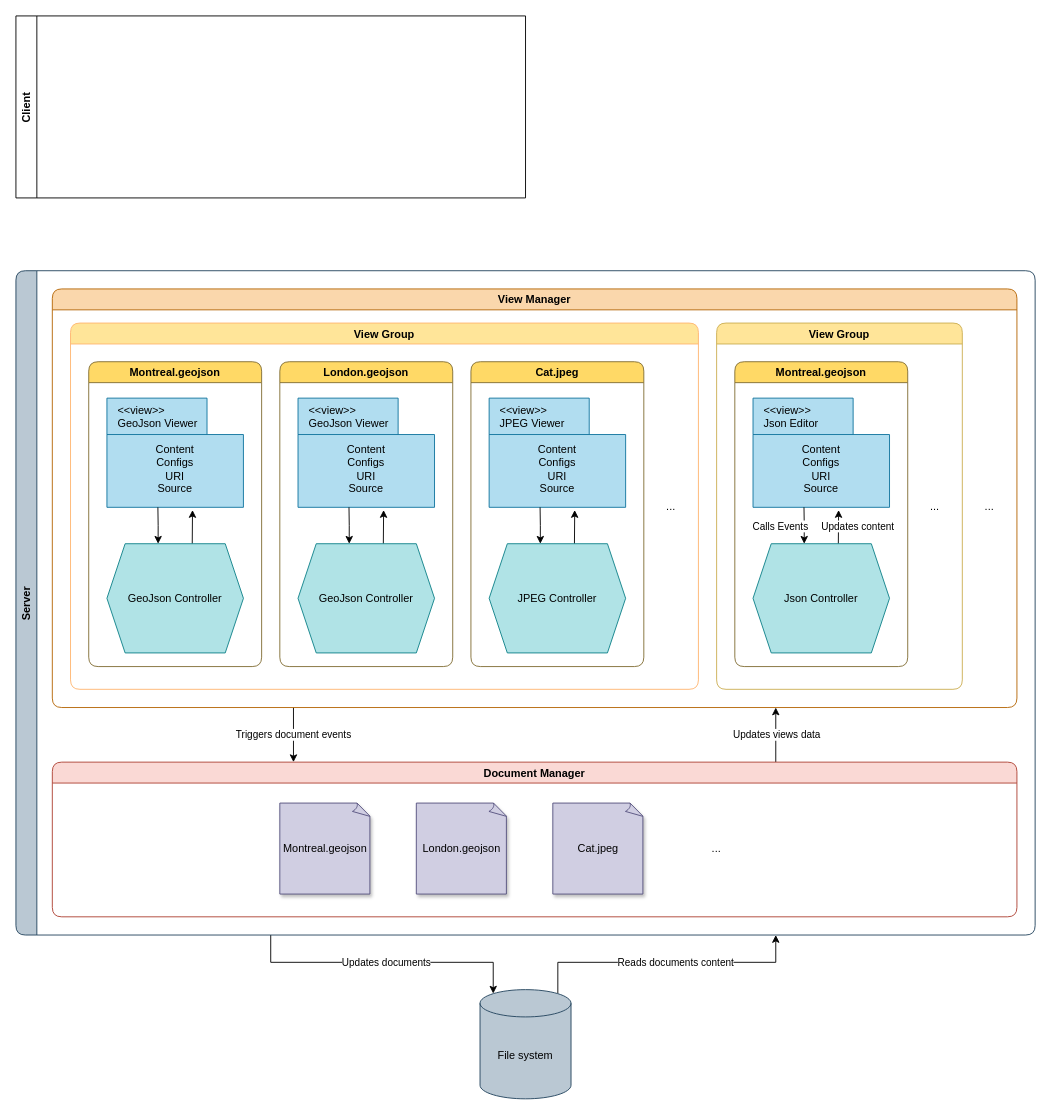
Before: views.drawio in 1amchris/ssanto, a draw.io diagram. Source tidied: cells renumbered, new cells numbered last; positions are measured from the earlier drawing's top-left corner, leaving out a move shared by most shapes. Both pictures are drawn from the tidied source at 91%, with x=0, y=0 at pixel (15, 15).
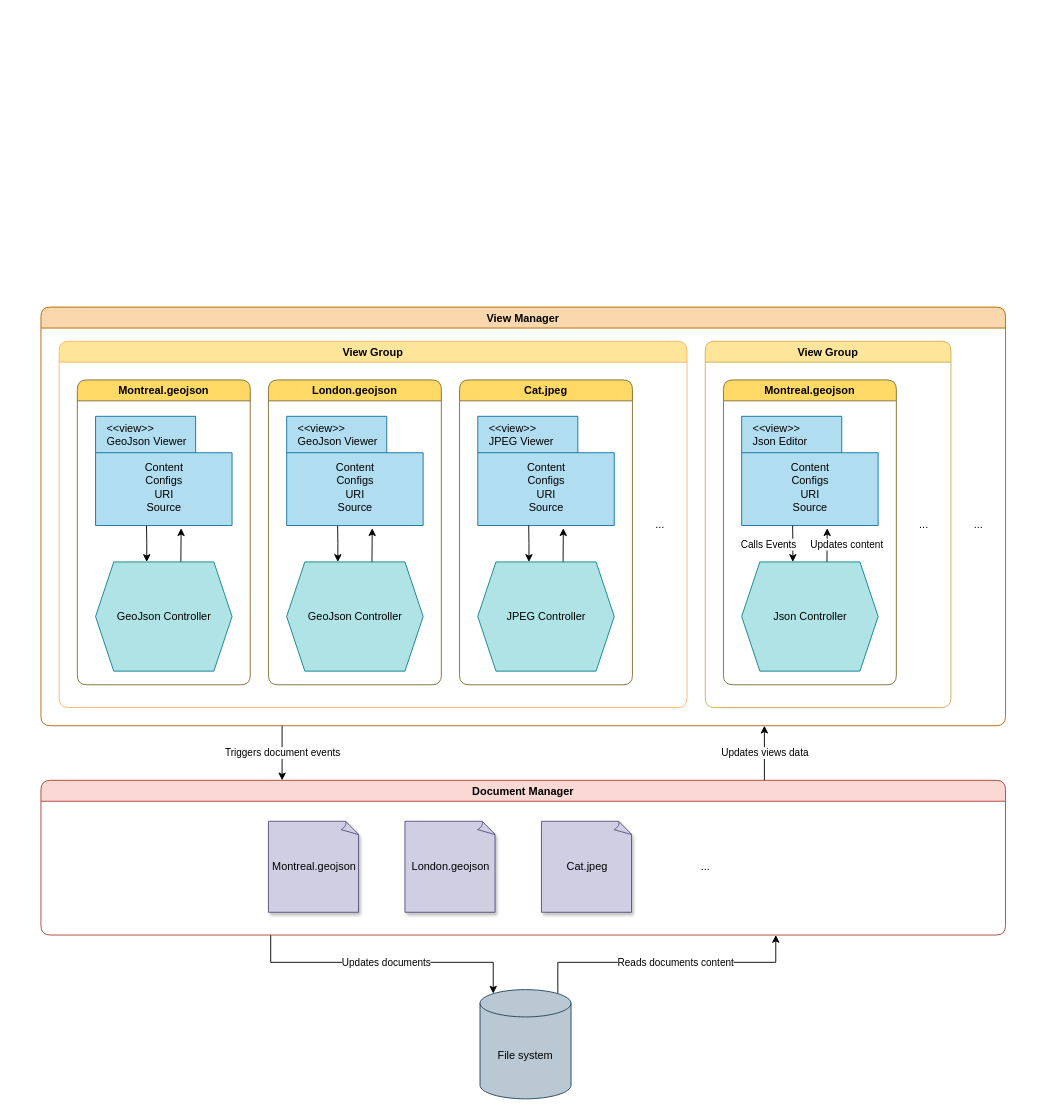
The same diagram, later.

Unchanged cells that the change refers to:
```xml
<mxCell id="15" value="View Group" style="swimlane;fillColor=#FFE599;strokeColor=#FFB570;rounded=1;shadow=0;glass=0;" parent="14" vertex="1">
  <mxGeometry x="20" y="37.5" width="690" height="402.5" as="geometry" />
</mxCell>
<mxCell id="22" value="London.geojson" style="swimlane;fillColor=#FFD966;strokeColor=#806d33;rounded=1;" parent="15" vertex="1">
  <mxGeometry x="230" y="42.5" width="190" height="335" as="geometry" />
</mxCell>
<mxCell id="28" value="Cat.jpeg" style="swimlane;fillColor=#FFD966;strokeColor=#806d33;rounded=1;" parent="15" vertex="1">
  <mxGeometry x="440" y="42.5" width="190" height="335" as="geometry" />
</mxCell>
<mxCell id="32" value="JPEG Controller" style="shape=hexagon;perimeter=hexagonPerimeter2;whiteSpace=wrap;html=1;fixedSize=1;fillColor=#b0e3e6;strokeColor=#0e8088;" parent="28" vertex="1">
  <mxGeometry x="20" y="200" width="150" height="120" as="geometry" />
</mxCell>
<mxCell id="35" value="View Group" style="swimlane;fillColor=#FFE599;strokeColor=#ccae52;rounded=1;shadow=0;glass=0;" parent="14" vertex="1">
  <mxGeometry x="730" y="37.5" width="270" height="402.5" as="geometry" />
</mxCell>
```

Diff of the diagram source:
```diff
@@
-    <mxCell id="2" value="Client" style="swimlane;horizontal=0;" parent="1" vertex="1">
-      <mxGeometry width="560" height="200" as="geometry" />
-    </mxCell>
@@
-    <mxCell id="5" value="Server" style="swimlane;horizontal=0;fillColor=#bac8d3;strokeColor=#23445d;rounded=1;" parent="1" vertex="1">
-      <mxGeometry y="280" width="1120" height="730" as="geometry" />
-    </mxCell>
+    <mxCell id="46" style="edgeStyle=orthogonalEdgeStyle;rounded=0;jettySize=auto;html=1;exitX=0.855;exitY=0;exitDx=0;exitDy=4.35;exitPerimeter=0;startArrow=none;startFill=0;endArrow=classic;endFill=1;" parent="1" edge="1" source="48">
+      <mxGeometry relative="1" as="geometry">
+        <mxPoint x="835" y="1010" as="targetPoint" />
+        <Array as="points">
+          <mxPoint x="596" y="1040" />
+          <mxPoint x="835" y="1040" />
+        </Array>
+      </mxGeometry>
+    </mxCell>
+    <mxCell id="47" value="Reads documents content" style="edgeLabel;html=1;align=center;verticalAlign=middle;" parent="46" vertex="1">
+      <mxGeometry x="0.07" y="1" relative="1" as="geometry" />
+    </mxCell>
+    <mxCell id="48" value="File system" style="shape=cylinder3;whiteSpace=wrap;html=1;boundedLbl=1;backgroundOutline=1;size=15;fillColor=#bac8d3;strokeColor=#23445d;gradientColor=none;" parent="1" vertex="1">
+      <mxGeometry x="510" y="1070" width="100" height="120" as="geometry" />
+    </mxCell>
-    <mxCell id="6" style="edgeStyle=orthogonalEdgeStyle;rounded=0;jettySize=auto;html=1;exitX=0.75;exitY=0;exitDx=0;exitDy=0;entryX=0.75;entryY=1;entryDx=0;entryDy=0;startArrow=none;startFill=0;endArrow=classic;endFill=1;" parent="5" edge="1" source="8" target="14">
+    <mxCell id="6" style="edgeStyle=orthogonalEdgeStyle;rounded=0;jettySize=auto;html=1;exitX=0.75;exitY=0;exitDx=0;exitDy=0;entryX=0.75;entryY=1;entryDx=0;entryDy=0;startArrow=none;startFill=0;endArrow=classic;endFill=1;" parent="1" edge="1" source="8" target="14">
       <mxGeometry relative="1" as="geometry" />
     </mxCell>
@@
-    <mxCell id="8" value="Document Manager" style="swimlane;fillColor=#fad9d5;strokeColor=#ae4132;rounded=1;" parent="5" vertex="1">
-      <mxGeometry x="40" y="540" width="1060" height="170" as="geometry" />
+    <mxCell id="8" value="Document Manager" style="swimlane;fillColor=#fad9d5;strokeColor=#ae4132;rounded=1;" parent="1" vertex="1">
+      <mxGeometry x="27.5" y="840" width="1060" height="170" as="geometry" />
     </mxCell>
@@
-    <mxCell id="13" value="Triggers document events" style="edgeStyle=orthogonalEdgeStyle;rounded=0;jettySize=auto;html=1;exitX=0.25;exitY=1;exitDx=0;exitDy=0;entryX=0.25;entryY=0;entryDx=0;entryDy=0;startArrow=none;startFill=0;endArrow=classic;endFill=1;" parent="5" edge="1" source="14" target="8">
+    <mxCell id="13" value="Triggers document events" style="edgeStyle=orthogonalEdgeStyle;rounded=0;jettySize=auto;html=1;exitX=0.25;exitY=1;exitDx=0;exitDy=0;entryX=0.25;entryY=0;entryDx=0;entryDy=0;startArrow=none;startFill=0;endArrow=classic;endFill=1;" parent="1" edge="1" source="14" target="8">
       <mxGeometry relative="1" as="geometry" />
     </mxCell>
-    <mxCell id="14" value="View Manager" style="swimlane;fillColor=#fad7ac;strokeColor=#b46504;rounded=1;" parent="5" vertex="1">
-      <mxGeometry x="40" y="20" width="1060" height="460" as="geometry" />
+    <mxCell id="14" value="View Manager" style="swimlane;fillColor=#fad7ac;strokeColor=#b46504;rounded=1;" parent="1" vertex="1">
+      <mxGeometry x="27.5" y="320" width="1060" height="460" as="geometry" />
     </mxCell>
@@
-    <mxCell id="16" value="Montreal.geojson" style="swimlane;fillColor=#FFD966;strokeColor=#806d33;rounded=1;" parent="15" vertex="1">
-      <mxGeometry x="20" y="42.5" width="190" height="335" as="geometry" />
-    </mxCell>
-    <mxCell id="17" value="&amp;lt;&amp;lt;view&amp;gt;&amp;gt;&lt;br&gt;GeoJson Viewer" style="shape=folder;html=1;tabWidth=110;tabHeight=40;tabPosition=left;align=left;verticalAlign=top;spacingLeft=10;whiteSpace=wrap;fillColor=#b1ddf0;strokeColor=#10739e;" parent="16" vertex="1">
-      <mxGeometry x="20" y="40" width="150" height="120" as="geometry" />
-    </mxCell>
-    <mxCell id="18" style="edgeStyle=orthogonalEdgeStyle;rounded=0;jettySize=auto;html=1;exitX=0.625;exitY=0;exitDx=0;exitDy=0;entryX=0.627;entryY=1.025;entryDx=0;entryDy=0;entryPerimeter=0;" parent="16" edge="1" source="20" target="17">
-      <mxGeometry relative="1" as="geometry" />
-    </mxCell>
-    <mxCell id="19" style="edgeStyle=orthogonalEdgeStyle;rounded=0;jettySize=auto;html=1;exitX=0.375;exitY=0;exitDx=0;exitDy=0;endArrow=none;endFill=0;startArrow=classic;startFill=1;" parent="16" edge="1" source="20">
-      <mxGeometry relative="1" as="geometry">
-        <mxPoint x="76" y="160" as="targetPoint" />
-      </mxGeometry>
-    </mxCell>
-    <mxCell id="20" value="GeoJson Controller" style="shape=hexagon;perimeter=hexagonPerimeter2;whiteSpace=wrap;html=1;fixedSize=1;fillColor=#b0e3e6;strokeColor=#0e8088;" parent="16" vertex="1">
-      <mxGeometry x="20" y="200" width="150" height="120" as="geometry" />
-    </mxCell>
-    <mxCell id="21" value="Content&lt;br&gt;Configs&lt;br&gt;URI&lt;br&gt;Source" style="text;html=1;strokeColor=none;fillColor=none;align=center;verticalAlign=middle;whiteSpace=wrap;rounded=0;" parent="16" vertex="1">
-      <mxGeometry x="30" y="85" width="130" height="65" as="geometry" />
-    </mxCell>
+    <mxCell id="49" value="Montreal.geojson" style="swimlane;fillColor=#FFD966;strokeColor=#806d33;rounded=1;" parent="15" vertex="1">
+      <mxGeometry x="20" y="42.5" width="190" height="335" as="geometry" />
+    </mxCell>
+    <mxCell id="50" value="&amp;lt;&amp;lt;view&amp;gt;&amp;gt;&lt;br&gt;GeoJson Viewer" style="shape=folder;html=1;tabWidth=110;tabHeight=40;tabPosition=left;align=left;verticalAlign=top;spacingLeft=10;whiteSpace=wrap;fillColor=#b1ddf0;strokeColor=#10739e;" parent="49" vertex="1">
+      <mxGeometry x="20" y="40" width="150" height="120" as="geometry" />
+    </mxCell>
+    <mxCell id="51" style="edgeStyle=orthogonalEdgeStyle;rounded=0;jettySize=auto;html=1;exitX=0.625;exitY=0;exitDx=0;exitDy=0;entryX=0.627;entryY=1.025;entryDx=0;entryDy=0;entryPerimeter=0;" parent="49" edge="1" source="53" target="50">
+      <mxGeometry relative="1" as="geometry" />
+    </mxCell>
+    <mxCell id="52" style="edgeStyle=orthogonalEdgeStyle;rounded=0;jettySize=auto;html=1;exitX=0.375;exitY=0;exitDx=0;exitDy=0;endArrow=none;endFill=0;startArrow=classic;startFill=1;" parent="49" edge="1" source="53">
+      <mxGeometry relative="1" as="geometry">
+        <mxPoint x="76" y="160" as="targetPoint" />
+      </mxGeometry>
+    </mxCell>
+    <mxCell id="53" value="GeoJson Controller" style="shape=hexagon;perimeter=hexagonPerimeter2;whiteSpace=wrap;html=1;fixedSize=1;fillColor=#b0e3e6;strokeColor=#0e8088;" parent="49" vertex="1">
+      <mxGeometry x="20" y="200" width="150" height="120" as="geometry" />
+    </mxCell>
+    <mxCell id="54" value="Content&lt;br&gt;Configs&lt;br&gt;URI&lt;br&gt;Source" style="text;html=1;strokeColor=none;fillColor=none;align=center;verticalAlign=middle;whiteSpace=wrap;rounded=0;" parent="49" vertex="1">
+      <mxGeometry x="30" y="85" width="130" height="65" as="geometry" />
+    </mxCell>
@@
-    <mxCell id="23" value="&amp;lt;&amp;lt;view&amp;gt;&amp;gt;&lt;br&gt;GeoJson Viewer" style="shape=folder;html=1;tabWidth=110;tabHeight=40;tabPosition=left;align=left;verticalAlign=top;spacingLeft=10;whiteSpace=wrap;fillColor=#b1ddf0;strokeColor=#10739e;" parent="22" vertex="1">
-      <mxGeometry x="20" y="40" width="150" height="120" as="geometry" />
-    </mxCell>
-    <mxCell id="24" style="edgeStyle=orthogonalEdgeStyle;rounded=0;jettySize=auto;html=1;exitX=0.625;exitY=0;exitDx=0;exitDy=0;entryX=0.627;entryY=1.025;entryDx=0;entryDy=0;entryPerimeter=0;" parent="22" edge="1" source="26" target="23">
-      <mxGeometry relative="1" as="geometry" />
-    </mxCell>
-    <mxCell id="25" style="edgeStyle=orthogonalEdgeStyle;rounded=0;jettySize=auto;html=1;exitX=0.375;exitY=0;exitDx=0;exitDy=0;endArrow=none;endFill=0;startArrow=classic;startFill=1;" parent="22" edge="1" source="26">
-      <mxGeometry relative="1" as="geometry">
-        <mxPoint x="76" y="160" as="targetPoint" />
-      </mxGeometry>
-    </mxCell>
-    <mxCell id="26" value="GeoJson Controller" style="shape=hexagon;perimeter=hexagonPerimeter2;whiteSpace=wrap;html=1;fixedSize=1;fillColor=#b0e3e6;strokeColor=#0e8088;" parent="22" vertex="1">
-      <mxGeometry x="20" y="200" width="150" height="120" as="geometry" />
-    </mxCell>
-    <mxCell id="27" value="Content&lt;br&gt;Configs&lt;br&gt;URI&lt;br&gt;Source" style="text;html=1;strokeColor=none;fillColor=none;align=center;verticalAlign=middle;whiteSpace=wrap;rounded=0;" parent="22" vertex="1">
-      <mxGeometry x="30" y="85" width="130" height="65" as="geometry" />
-    </mxCell>
+    <mxCell id="55" value="&amp;lt;&amp;lt;view&amp;gt;&amp;gt;&lt;br&gt;GeoJson Viewer" style="shape=folder;html=1;tabWidth=110;tabHeight=40;tabPosition=left;align=left;verticalAlign=top;spacingLeft=10;whiteSpace=wrap;fillColor=#b1ddf0;strokeColor=#10739e;" parent="22" vertex="1">
+      <mxGeometry x="20" y="40" width="150" height="120" as="geometry" />
+    </mxCell>
+    <mxCell id="56" style="edgeStyle=orthogonalEdgeStyle;rounded=0;jettySize=auto;html=1;exitX=0.625;exitY=0;exitDx=0;exitDy=0;entryX=0.627;entryY=1.025;entryDx=0;entryDy=0;entryPerimeter=0;" parent="22" edge="1" source="58" target="55">
+      <mxGeometry relative="1" as="geometry" />
+    </mxCell>
+    <mxCell id="57" style="edgeStyle=orthogonalEdgeStyle;rounded=0;jettySize=auto;html=1;exitX=0.375;exitY=0;exitDx=0;exitDy=0;endArrow=none;endFill=0;startArrow=classic;startFill=1;" parent="22" edge="1" source="58">
+      <mxGeometry relative="1" as="geometry">
+        <mxPoint x="76" y="160" as="targetPoint" />
+      </mxGeometry>
+    </mxCell>
+    <mxCell id="58" value="GeoJson Controller" style="shape=hexagon;perimeter=hexagonPerimeter2;whiteSpace=wrap;html=1;fixedSize=1;fillColor=#b0e3e6;strokeColor=#0e8088;" parent="22" vertex="1">
+      <mxGeometry x="20" y="200" width="150" height="120" as="geometry" />
+    </mxCell>
+    <mxCell id="59" value="Content&lt;br&gt;Configs&lt;br&gt;URI&lt;br&gt;Source" style="text;html=1;strokeColor=none;fillColor=none;align=center;verticalAlign=middle;whiteSpace=wrap;rounded=0;" parent="22" vertex="1">
+      <mxGeometry x="30" y="85" width="130" height="65" as="geometry" />
+    </mxCell>
@@
-    <mxCell id="31" style="edgeStyle=orthogonalEdgeStyle;rounded=0;jettySize=auto;html=1;exitX=0.375;exitY=0;exitDx=0;exitDy=0;endArrow=none;endFill=0;startArrow=classic;startFill=1;" parent="28" edge="1" source="32">
-      <mxGeometry relative="1" as="geometry">
-        <mxPoint x="76" y="160" as="targetPoint" />
-      </mxGeometry>
-    </mxCell>
+    <mxCell id="60" style="edgeStyle=orthogonalEdgeStyle;rounded=0;jettySize=auto;html=1;exitX=0.375;exitY=0;exitDx=0;exitDy=0;endArrow=none;endFill=0;startArrow=classic;startFill=1;" parent="28" edge="1" source="32">
+      <mxGeometry relative="1" as="geometry">
+        <mxPoint x="76" y="160" as="targetPoint" />
+      </mxGeometry>
+    </mxCell>
@@
-    <mxCell id="33" value="Content&lt;br&gt;Configs&lt;br&gt;URI&lt;br&gt;Source" style="text;html=1;strokeColor=none;fillColor=none;align=center;verticalAlign=middle;whiteSpace=wrap;rounded=0;" parent="28" vertex="1">
-      <mxGeometry x="30" y="85" width="130" height="65" as="geometry" />
-    </mxCell>
+    <mxCell id="61" value="Content&lt;br&gt;Configs&lt;br&gt;URI&lt;br&gt;Source" style="text;html=1;strokeColor=none;fillColor=none;align=center;verticalAlign=middle;whiteSpace=wrap;rounded=0;" parent="28" vertex="1">
+      <mxGeometry x="30" y="85" width="130" height="65" as="geometry" />
+    </mxCell>
@@
-    <mxCell id="36" value="Montreal.geojson" style="swimlane;fillColor=#FFD966;strokeColor=#806d33;rounded=1;" parent="35" vertex="1">
-      <mxGeometry x="20" y="42.5" width="190" height="335" as="geometry" />
-    </mxCell>
+    <mxCell id="62" value="Montreal.geojson" style="swimlane;fillColor=#FFD966;strokeColor=#806d33;rounded=1;" parent="35" vertex="1">
+      <mxGeometry x="20" y="42.5" width="190" height="335" as="geometry" />
+    </mxCell>
-    <mxCell id="37" value="&amp;lt;&amp;lt;view&amp;gt;&amp;gt;&lt;br&gt;Json Editor" style="shape=folder;html=1;tabWidth=110;tabHeight=40;tabPosition=left;align=left;verticalAlign=top;spacingLeft=10;whiteSpace=wrap;fillColor=#b1ddf0;strokeColor=#10739e;" parent="36" vertex="1">
+    <mxCell id="37" value="&amp;lt;&amp;lt;view&amp;gt;&amp;gt;&lt;br&gt;Json Editor" style="shape=folder;html=1;tabWidth=110;tabHeight=40;tabPosition=left;align=left;verticalAlign=top;spacingLeft=10;whiteSpace=wrap;fillColor=#b1ddf0;strokeColor=#10739e;" parent="62" vertex="1">
       <mxGeometry x="20" y="40" width="150" height="120" as="geometry" />
     </mxCell>
-    <mxCell id="38" style="edgeStyle=orthogonalEdgeStyle;rounded=0;jettySize=auto;html=1;exitX=0.625;exitY=0;exitDx=0;exitDy=0;entryX=0.627;entryY=1.025;entryDx=0;entryDy=0;entryPerimeter=0;" parent="36" edge="1" source="42" target="37">
+    <mxCell id="38" style="edgeStyle=orthogonalEdgeStyle;rounded=0;jettySize=auto;html=1;exitX=0.625;exitY=0;exitDx=0;exitDy=0;entryX=0.627;entryY=1.025;entryDx=0;entryDy=0;entryPerimeter=0;" parent="62" edge="1" source="42" target="37">
       <mxGeometry relative="1" as="geometry" />
     </mxCell>
@@
-    <mxCell id="40" style="edgeStyle=orthogonalEdgeStyle;rounded=0;jettySize=auto;html=1;exitX=0.375;exitY=0;exitDx=0;exitDy=0;endArrow=none;endFill=0;startArrow=classic;startFill=1;" parent="36" edge="1" source="42">
-      <mxGeometry relative="1" as="geometry">
-        <mxPoint x="76" y="160" as="targetPoint" />
-      </mxGeometry>
-    </mxCell>
+    <mxCell id="63" style="edgeStyle=orthogonalEdgeStyle;rounded=0;jettySize=auto;html=1;exitX=0.375;exitY=0;exitDx=0;exitDy=0;endArrow=none;endFill=0;startArrow=classic;startFill=1;" parent="62" edge="1" source="42">
+      <mxGeometry relative="1" as="geometry">
+        <mxPoint x="76" y="160" as="targetPoint" />
+      </mxGeometry>
+    </mxCell>
-    <mxCell id="41" value="Calls Events" style="edgeLabel;html=1;align=center;verticalAlign=middle;" parent="40" vertex="1">
+    <mxCell id="41" value="Calls Events" style="edgeLabel;html=1;align=center;verticalAlign=middle;" parent="63" vertex="1">
       <mxGeometry x="0.08" relative="1" as="geometry">
         <mxPoint x="-27" y="2" as="offset" />
       </mxGeometry>
     </mxCell>
-    <mxCell id="42" value="Json Controller" style="shape=hexagon;perimeter=hexagonPerimeter2;whiteSpace=wrap;html=1;fixedSize=1;fillColor=#b0e3e6;strokeColor=#0e8088;" parent="36" vertex="1">
+    <mxCell id="42" value="Json Controller" style="shape=hexagon;perimeter=hexagonPerimeter2;whiteSpace=wrap;html=1;fixedSize=1;fillColor=#b0e3e6;strokeColor=#0e8088;" parent="62" vertex="1">
       <mxGeometry x="20" y="200" width="150" height="120" as="geometry" />
     </mxCell>
-    <mxCell id="43" value="Content&lt;br&gt;Configs&lt;br&gt;URI&lt;br&gt;Source" style="text;html=1;strokeColor=none;fillColor=none;align=center;verticalAlign=middle;whiteSpace=wrap;rounded=0;" parent="36" vertex="1">
-      <mxGeometry x="30" y="85" width="130" height="65" as="geometry" />
-    </mxCell>
+    <mxCell id="64" value="Content&lt;br&gt;Configs&lt;br&gt;URI&lt;br&gt;Source" style="text;html=1;strokeColor=none;fillColor=none;align=center;verticalAlign=middle;whiteSpace=wrap;rounded=0;" parent="62" vertex="1">
+      <mxGeometry x="30" y="85" width="130" height="65" as="geometry" />
+    </mxCell>
@@
-    <mxCell id="46" style="edgeStyle=orthogonalEdgeStyle;rounded=0;jettySize=auto;html=1;exitX=0.855;exitY=0;exitDx=0;exitDy=4.35;exitPerimeter=0;startArrow=none;startFill=0;endArrow=classic;endFill=1;" parent="1" edge="1" source="48">
-      <mxGeometry relative="1" as="geometry">
-        <mxPoint x="835" y="1010" as="targetPoint" />
-        <Array as="points">
-          <mxPoint x="596" y="1040" />
-          <mxPoint x="835" y="1040" />
-        </Array>
-      </mxGeometry>
-    </mxCell>
-    <mxCell id="47" value="Reads documents content" style="edgeLabel;html=1;align=center;verticalAlign=middle;" parent="46" vertex="1">
-      <mxGeometry x="0.07" y="1" relative="1" as="geometry" />
-    </mxCell>
-    <mxCell id="48" value="File system" style="shape=cylinder3;whiteSpace=wrap;html=1;boundedLbl=1;backgroundOutline=1;size=15;fillColor=#bac8d3;strokeColor=#23445d;gradientColor=none;" parent="1" vertex="1">
-      <mxGeometry x="510" y="1070" width="100" height="120" as="geometry" />
-    </mxCell>
```
